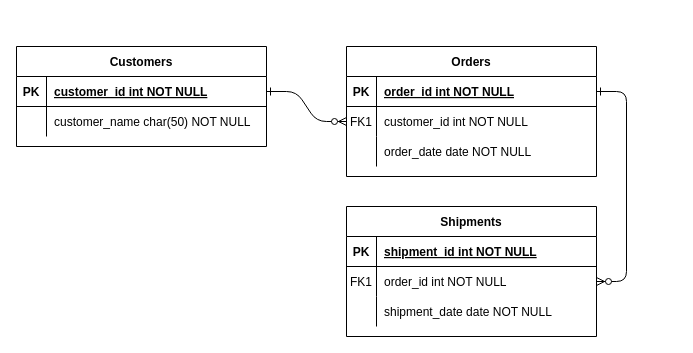
Before: 제목 없는 다이어그램.drawio in Brian-LEE0/2021-OSU-Korean-Top-player-Voting-Page-Based-on-Nodejs, a draw.io diagram. Source tidied: cells renumbered, new cells numbered last; positions are measured from the earlier drawing's top-left corner, leaving out a move shared by most shapes. Both pictures are drawn from the tidied source at 100%, with x=0, y=0 at pixel (16, 46).
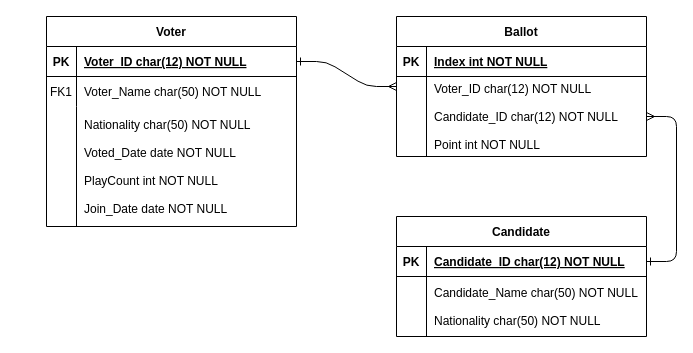
The same diagram, later.

Unchanged cells that the change refers to:
```xml
<mxCell id="5" style="shape=partialRectangle;fillColor=none;points=[[0,0.5],[1,0.5]];portConstraint=eastwest;top=0;left=0;right=0;bottom=1;" parent="4" vertex="1">
  <mxGeometry y="30" width="250" height="30" as="geometry" />
</mxCell>
<mxCell id="8" style="shape=partialRectangle;fillColor=none;points=[[0,0.5],[1,0.5]];portConstraint=eastwest;top=0;left=0;right=0;bottom=0;" parent="4" vertex="1">
  <mxGeometry y="60" width="250" height="30" as="geometry" />
</mxCell>
<mxCell id="25" style="shape=partialRectangle;fillColor=none;points=[[0,0.5],[1,0.5]];portConstraint=eastwest;top=0;left=0;right=0;bottom=1;" parent="24" vertex="1">
  <mxGeometry y="30" width="250" height="30" as="geometry" />
</mxCell>
```

Diff of the diagram source:
```diff
@@
-    <mxCell id="2" style="edgeStyle=entityRelationEdgeStyle;endArrow=ERzeroToMany;startArrow=ERone;endFill=1;startFill=0;" parent="1" edge="1" source="25" target="8">
-      <mxGeometry relative="1" as="geometry" />
+    <mxCell id="2" style="edgeStyle=entityRelationEdgeStyle;endArrow=ERmany;startArrow=ERone;endFill=0;startFill=0;exitX=1;exitY=0.5;exitDx=0;exitDy=0;" parent="1" edge="1" source="5">
+      <mxGeometry relative="1" as="geometry">
+        <mxPoint x="380" y="40" as="targetPoint" />
+      </mxGeometry>
     </mxCell>
-    <mxCell id="3" style="edgeStyle=entityRelationEdgeStyle;endArrow=ERzeroToMany;startArrow=ERone;endFill=1;startFill=0;" parent="1" edge="1" source="5" target="18">
-      <mxGeometry relative="1" as="geometry" />
-    </mxCell>
-    <mxCell id="4" value="Orders" style="shape=table;startSize=30;childLayout=tableLayout;rowLines=0;fontStyle=1;align=center;" parent="1" vertex="1">
-      <mxGeometry x="330" width="250" height="130" as="geometry" />
+    <mxCell id="4" value="Voter" style="shape=table;startSize=30;childLayout=tableLayout;rowLines=0;fontStyle=1;align=center;" parent="1" vertex="1">
+      <mxGeometry x="30" y="-30" width="250" height="210" as="geometry" />
     </mxCell>
@@
-    <mxCell id="7" value="order_id int NOT NULL " style="shape=partialRectangle;overflow=hidden;fillColor=none;top=0;left=0;bottom=0;right=0;align=left;spacingLeft=6;fontStyle=5;" parent="5" vertex="1">
+    <mxCell id="7" value="Voter_ID char(12) NOT NULL" style="shape=partialRectangle;overflow=hidden;fillColor=none;top=0;left=0;bottom=0;right=0;align=left;spacingLeft=6;fontStyle=5;" parent="5" vertex="1">
       <mxGeometry x="30" width="220" height="30" as="geometry" />
     </mxCell>
@@
-    <mxCell id="10" value="customer_id int NOT NULL" style="shape=partialRectangle;overflow=hidden;fillColor=none;top=0;left=0;bottom=0;right=0;align=left;spacingLeft=6;" parent="8" vertex="1">
+    <mxCell id="10" value="Voter_Name char(50) NOT NULL" style="shape=partialRectangle;overflow=hidden;fillColor=none;top=0;left=0;bottom=0;right=0;align=left;spacingLeft=6;" parent="8" vertex="1">
       <mxGeometry x="30" width="220" height="30" as="geometry" />
     </mxCell>
     <mxCell id="11" style="shape=partialRectangle;fillColor=none;top=0;left=0;right=0;bottom=0;" parent="4" vertex="1">
-      <mxGeometry y="90" width="250" height="30" as="geometry" />
+      <mxGeometry y="90" width="250" height="120" as="geometry" />
     </mxCell>
     <mxCell id="12" style="shape=partialRectangle;overflow=hidden;fillColor=none;top=0;left=0;bottom=0;right=0;" parent="11" vertex="1">
-      <mxGeometry width="30" height="30" as="geometry" />
+      <mxGeometry width="30" height="120" as="geometry" />
     </mxCell>
-    <mxCell id="13" value="order_date date NOT NULL" style="shape=partialRectangle;overflow=hidden;fillColor=none;top=0;left=0;bottom=0;right=0;align=left;spacingLeft=6;" parent="11" vertex="1">
-      <mxGeometry x="30" width="220" height="30" as="geometry" />
+    <mxCell id="13" value="Nationality char(50) NOT NULL&#10;&#10;Voted_Date date NOT NULL&#10;&#10;PlayCount int NOT NULL&#10;&#10;Join_Date date NOT NULL" style="shape=partialRectangle;overflow=hidden;fillColor=none;top=0;left=0;bottom=0;right=0;align=left;spacingLeft=6;" parent="11" vertex="1">
+      <mxGeometry x="30" width="220" height="120" as="geometry" />
     </mxCell>
-    <mxCell id="14" value="Shipments" style="shape=table;startSize=30;childLayout=tableLayout;rowLines=0;fontStyle=1;align=center;" parent="1" vertex="1">
-      <mxGeometry x="330" y="160" width="250" height="130" as="geometry" />
-    </mxCell>
-    <mxCell id="15" style="shape=partialRectangle;fillColor=none;points=[[0,0.5],[1,0.5]];portConstraint=eastwest;top=0;left=0;right=0;bottom=1;" parent="14" vertex="1">
-      <mxGeometry y="30" width="250" height="30" as="geometry" />
-    </mxCell>
-    <mxCell id="16" value="PK" style="shape=partialRectangle;overflow=hidden;fillColor=none;top=0;left=0;bottom=0;right=0;fontStyle=1;" parent="15" vertex="1">
-      <mxGeometry width="30" height="30" as="geometry" />
-    </mxCell>
-    <mxCell id="17" value="shipment_id int NOT NULL " style="shape=partialRectangle;overflow=hidden;fillColor=none;top=0;left=0;bottom=0;right=0;align=left;spacingLeft=6;fontStyle=5;" parent="15" vertex="1">
-      <mxGeometry x="30" width="220" height="30" as="geometry" />
-    </mxCell>
-    <mxCell id="18" style="shape=partialRectangle;fillColor=none;points=[[0,0.5],[1,0.5]];portConstraint=eastwest;top=0;left=0;right=0;bottom=0;" parent="14" vertex="1">
-      <mxGeometry y="60" width="250" height="30" as="geometry" />
-    </mxCell>
-    <mxCell id="19" value="FK1" style="shape=partialRectangle;overflow=hidden;fillColor=none;top=0;left=0;bottom=0;right=0;" parent="18" vertex="1">
-      <mxGeometry width="30" height="30" as="geometry" />
-    </mxCell>
-    <mxCell id="20" value="order_id int NOT NULL" style="shape=partialRectangle;overflow=hidden;fillColor=none;top=0;left=0;bottom=0;right=0;align=left;spacingLeft=6;" parent="18" vertex="1">
-      <mxGeometry x="30" width="220" height="30" as="geometry" />
-    </mxCell>
-    <mxCell id="21" style="shape=partialRectangle;fillColor=none;top=0;left=0;right=0;bottom=0;" parent="14" vertex="1">
-      <mxGeometry y="90" width="250" height="30" as="geometry" />
-    </mxCell>
-    <mxCell id="22" style="shape=partialRectangle;overflow=hidden;fillColor=none;top=0;left=0;bottom=0;right=0;" parent="21" vertex="1">
-      <mxGeometry width="30" height="30" as="geometry" />
-    </mxCell>
-    <mxCell id="23" value="shipment_date date NOT NULL" style="shape=partialRectangle;overflow=hidden;fillColor=none;top=0;left=0;bottom=0;right=0;align=left;spacingLeft=6;" parent="21" vertex="1">
-      <mxGeometry x="30" width="220" height="30" as="geometry" />
-    </mxCell>
-    <mxCell id="24" value="Customers" style="shape=table;startSize=30;childLayout=tableLayout;rowLines=0;fontStyle=1;align=center;" parent="1" vertex="1">
-      <mxGeometry width="250" height="100" as="geometry" />
+    <mxCell id="24" value="Ballot" style="shape=table;startSize=30;childLayout=tableLayout;rowLines=0;fontStyle=1;align=center;" parent="1" vertex="1">
+      <mxGeometry x="380" y="-30" width="250" height="140" as="geometry" />
     </mxCell>
@@
-    <mxCell id="27" value="customer_id int NOT NULL " style="shape=partialRectangle;overflow=hidden;fillColor=none;top=0;left=0;bottom=0;right=0;align=left;spacingLeft=6;fontStyle=5;" parent="25" vertex="1">
+    <mxCell id="27" value="Index int NOT NULL" style="shape=partialRectangle;overflow=hidden;fillColor=none;top=0;left=0;bottom=0;right=0;align=left;spacingLeft=6;fontStyle=5;" parent="25" vertex="1">
       <mxGeometry x="30" width="220" height="30" as="geometry" />
     </mxCell>
     <mxCell id="28" style="shape=partialRectangle;fillColor=none;points=[[0,0.5],[1,0.5]];portConstraint=eastwest;top=0;left=0;right=0;bottom=0;" parent="24" vertex="1">
-      <mxGeometry y="60" width="250" height="30" as="geometry" />
+      <mxGeometry y="60" width="250" height="80" as="geometry" />
     </mxCell>
     <mxCell id="29" style="shape=partialRectangle;overflow=hidden;fillColor=none;top=0;left=0;bottom=0;right=0;" parent="28" vertex="1">
-      <mxGeometry width="30" height="30" as="geometry" />
+      <mxGeometry width="30" height="80" as="geometry" />
     </mxCell>
-    <mxCell id="30" value="customer_name char(50) NOT NULL" style="shape=partialRectangle;overflow=hidden;fillColor=none;top=0;left=0;bottom=0;right=0;align=left;spacingLeft=6;" parent="28" vertex="1">
-      <mxGeometry x="30" width="220" height="30" as="geometry" />
+    <mxCell id="30" value="Voter_ID char(12) NOT NULL&#10;&#10;Candidate_ID char(12) NOT NULL&#10;&#10;Point int NOT NULL" style="shape=partialRectangle;overflow=hidden;fillColor=none;top=0;left=0;bottom=0;right=0;align=left;spacingLeft=6;" parent="28" vertex="1">
+      <mxGeometry x="30" width="220" height="80" as="geometry" />
     </mxCell>
+    <mxCell id="31" value="Candidate" style="shape=table;startSize=30;childLayout=tableLayout;rowLines=0;fontStyle=1;align=center;" parent="1" vertex="1">
+      <mxGeometry x="380" y="170" width="250" height="120" as="geometry" />
+    </mxCell>
+    <mxCell id="15" style="shape=partialRectangle;fillColor=none;points=[[0,0.5],[1,0.5]];portConstraint=eastwest;top=0;left=0;right=0;bottom=1;" parent="31" vertex="1">
+      <mxGeometry y="30" width="250" height="30" as="geometry" />
+    </mxCell>
+    <mxCell id="16" value="PK" style="shape=partialRectangle;overflow=hidden;fillColor=none;top=0;left=0;bottom=0;right=0;fontStyle=1;" parent="15" vertex="1">
+      <mxGeometry width="30" height="30" as="geometry" />
+    </mxCell>
+    <mxCell id="32" value="Candidate_ID char(12) NOT NULL" style="shape=partialRectangle;overflow=hidden;fillColor=none;top=0;left=0;bottom=0;right=0;align=left;spacingLeft=6;fontStyle=5;" parent="15" vertex="1">
+      <mxGeometry x="30" width="220" height="30" as="geometry" />
+    </mxCell>
+    <mxCell id="33" style="shape=partialRectangle;fillColor=none;top=0;left=0;right=0;bottom=0;" parent="31" vertex="1">
+      <mxGeometry y="60" width="250" height="60" as="geometry" />
+    </mxCell>
+    <mxCell id="34" style="shape=partialRectangle;overflow=hidden;fillColor=none;top=0;left=0;bottom=0;right=0;" parent="33" vertex="1">
+      <mxGeometry width="30" height="60" as="geometry" />
+    </mxCell>
+    <mxCell id="35" value="Candidate_Name char(50) NOT NULL&#10;&#10;Nationality char(50) NOT NULL" style="shape=partialRectangle;overflow=hidden;fillColor=none;top=0;left=0;bottom=0;right=0;align=left;spacingLeft=6;" parent="33" vertex="1">
+      <mxGeometry x="30" width="220" height="60" as="geometry" />
+    </mxCell>
+    <mxCell id="36" style="edgeStyle=entityRelationEdgeStyle;endArrow=ERmany;startArrow=ERone;endFill=0;startFill=0;entryX=1;entryY=0.5;entryDx=0;entryDy=0;exitX=1;exitY=0.5;exitDx=0;exitDy=0;" parent="1" edge="1" source="15" target="28">
+      <mxGeometry relative="1" as="geometry" />
+    </mxCell>
```
